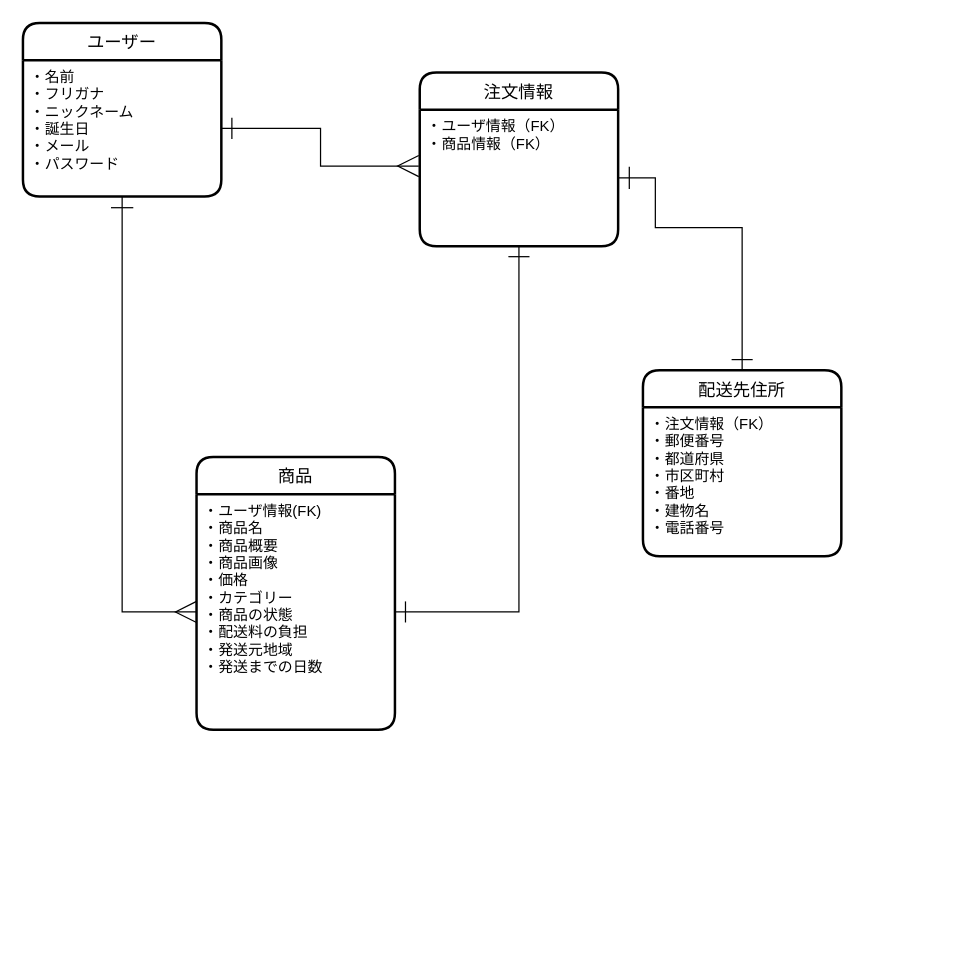
The draw.io diagram DB.dio in onigiricororin/furima-29104, before the edit. Source tidied: cells renumbered, new cells numbered last; positions are measured from the earlier drawing's top-left corner, leaving out a move shared by most shapes. Both pictures are drawn from the tidied source at 124%, with x=0, y=0 at pixel (22, 22).
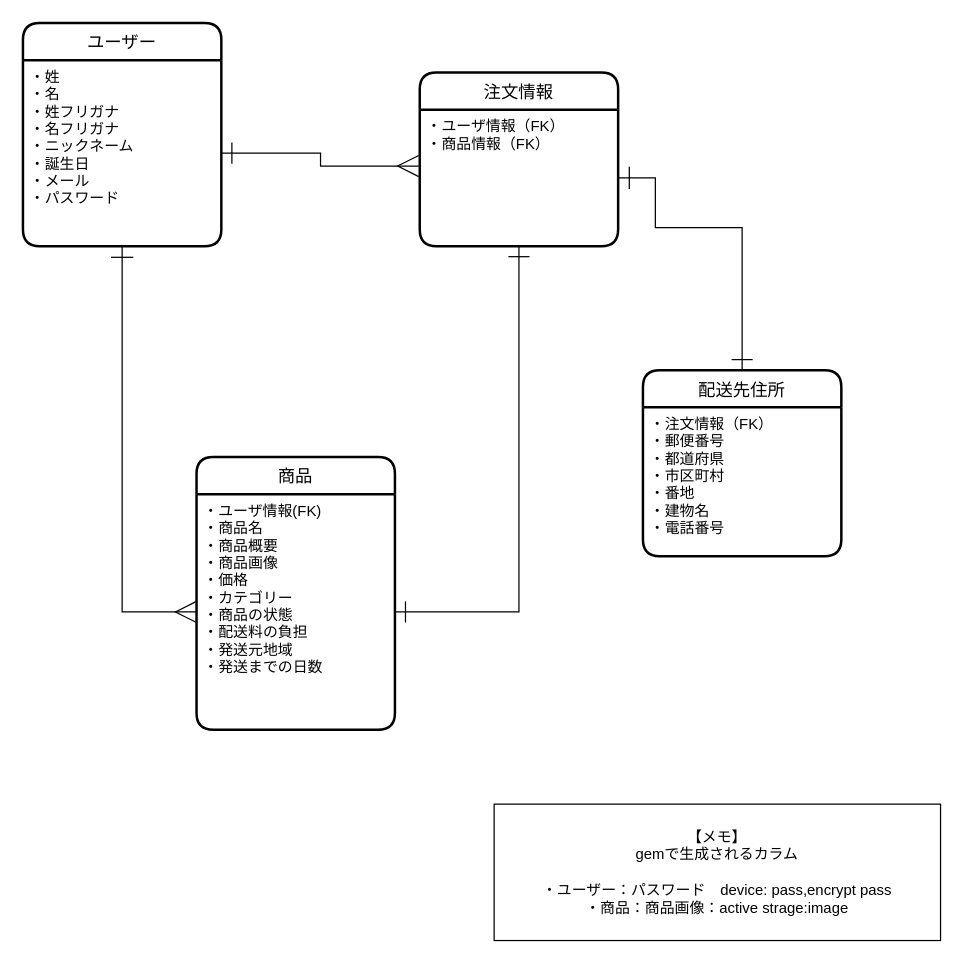
The same diagram, later.

Commit message (it also covers changes not shown here):
テーブル設計(修正201219)

What changed in the source:
```diff
@@
     <mxCell id="2" value="ユーザー" style="swimlane;horizontal=1;startSize=30;rounded=1;fontSize=14;fontStyle=0;strokeWidth=2;shadow=0;dashed=0;align=center;" parent="1" vertex="1">
-      <mxGeometry width="160" height="140" as="geometry" />
+      <mxGeometry width="160" height="180" as="geometry" />
     </mxCell>
-    <mxCell id="3" value="・名前&#10;・フリガナ&#10;・ニックネーム&#10;・誕生日&#10;・メール&#10;・パスワード" style="align=left;strokeColor=none;fillColor=none;spacingLeft=4;fontSize=12;verticalAlign=top;" parent="2" vertex="1">
-      <mxGeometry y="30" width="160" height="110" as="geometry" />
+    <mxCell id="3" value="・姓&#10;・名&#10;・姓フリガナ&#10;・名フリガナ&#10;・ニックネーム&#10;・誕生日&#10;・メール&#10;・パスワード&#10;" style="align=left;strokeColor=none;fillColor=none;spacingLeft=4;fontSize=12;verticalAlign=top;" parent="2" vertex="1">
+      <mxGeometry y="30" width="160" height="150" as="geometry" />
     </mxCell>
@@
+    <mxCell id="16" value="【メモ】&lt;br&gt;gemで生成されるカラム&lt;br&gt;&lt;br&gt;・ユーザー：パスワード　device: pass,encrypt pass&lt;br&gt;・商品：商品画像：active strage:image" style="rounded=0;whiteSpace=wrap;html=1;" parent="1" vertex="1">
+      <mxGeometry x="380" y="630" width="360" height="110" as="geometry" />
+    </mxCell>
```
